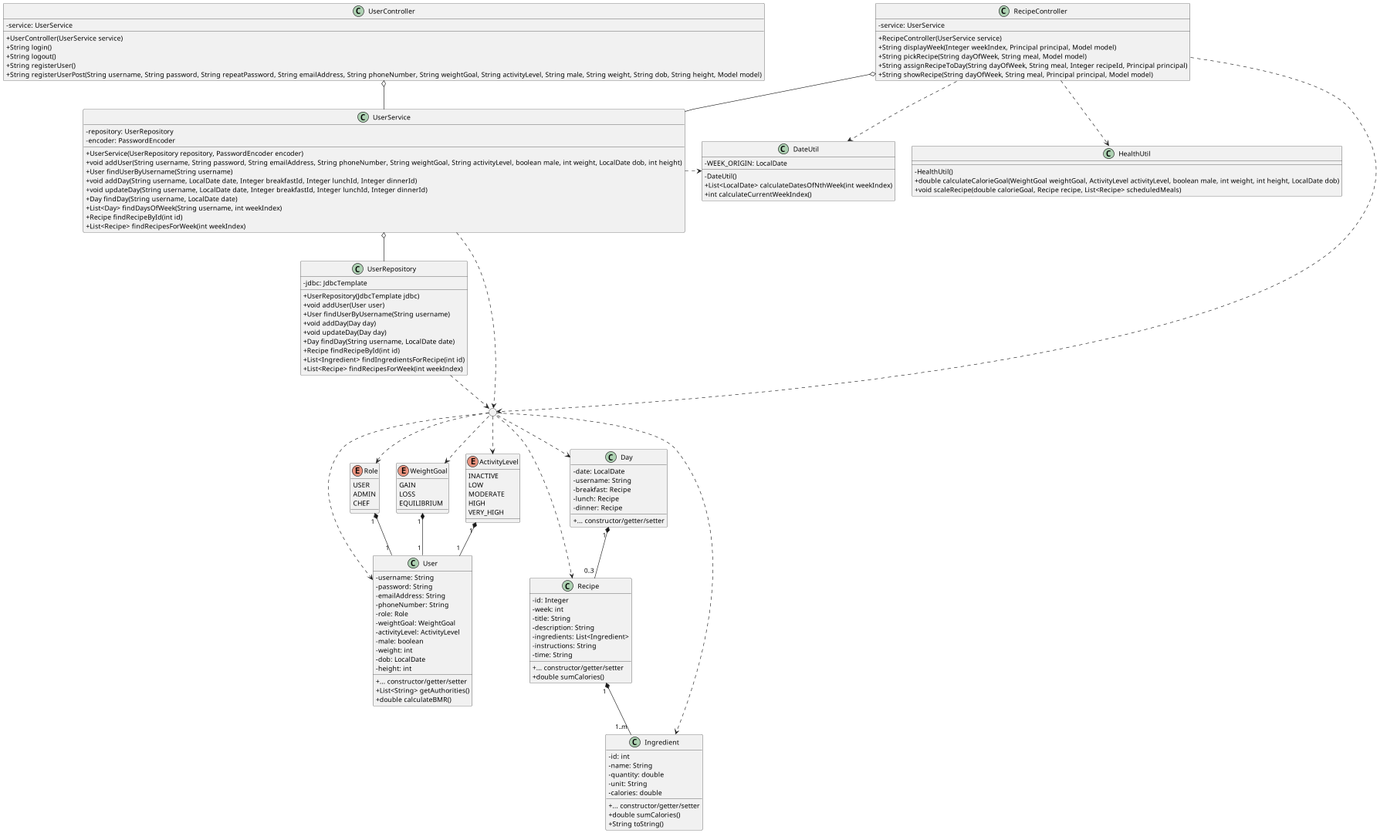
Earlier version of the PlantUML export diagram/class-diagram.png (sofush/kostplan).
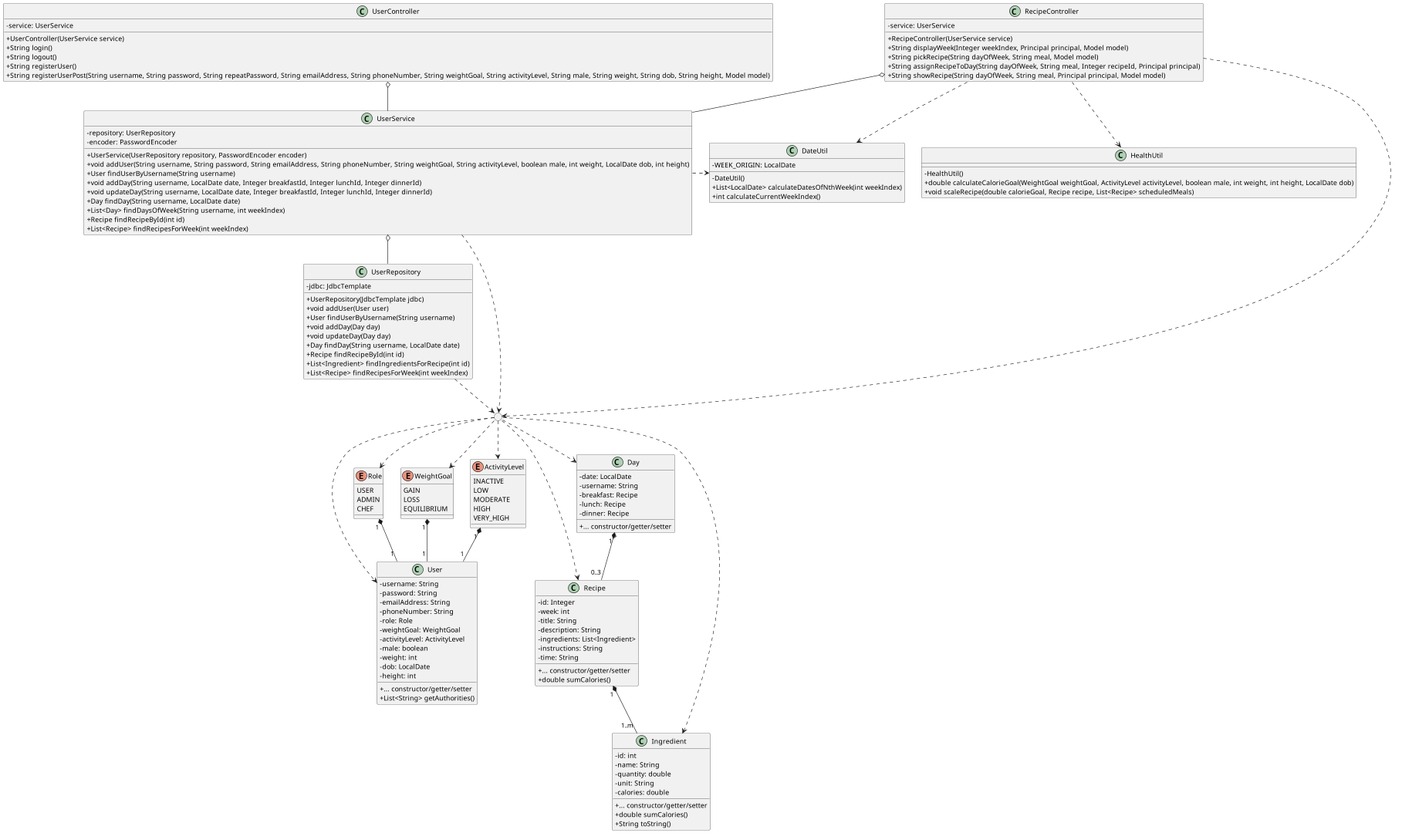
Above is the later version.

Commit message:
docs: remove User.calculateBMR() method

Change to the diagram source:
```diff
@@ -32,7 +32,6 @@
 	- height: int
 	{method} + ... constructor/getter/setter
 	+ List<String> getAuthorities()
-	+ double calculateBMR()
 }
 class Day {
 	- date: LocalDate
```
